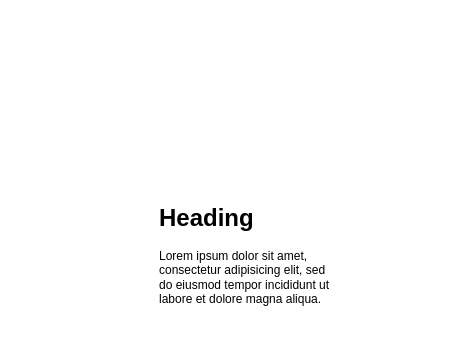
Earlier version of the draw.io diagram 未命名绘图.drawio (leiuniy/docs). Source tidied: cells renumbered, new cells numbered last; positions are measured from the earlier drawing's top-left corner, leaving out a move shared by most shapes. Both pictures are drawn from the tidied source at 100%, with x=0, y=0 at pixel (157, 197).
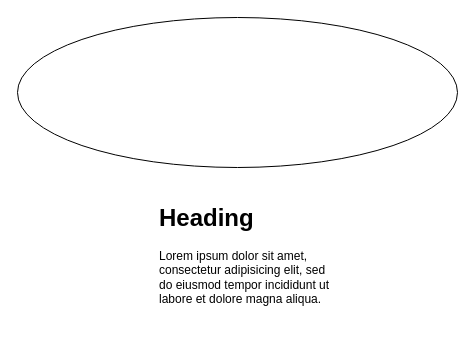
The same page after the edit.

Commit message:
已添加 未命名绘图.drawio

Change to the diagram source:
```diff
@@
 <mxGraphModel>
   <root>
     <mxCell id="0" />
     <mxCell id="1" parent="0" />
     <mxCell id="2" value="&lt;h1 style=&quot;margin-top: 0px;&quot;&gt;Heading&lt;/h1&gt;&lt;p&gt;Lorem ipsum dolor sit amet, consectetur adipisicing elit, sed do eiusmod tempor incididunt ut labore et dolore magna aliqua.&lt;/p&gt;" style="text;html=1;whiteSpace=wrap;overflow=hidden;rounded=0;" parent="1" vertex="1">
       <mxGeometry width="180" height="120" as="geometry" />
     </mxCell>
+    <mxCell id="3" style="ellipse;whiteSpace=wrap;html=1;" parent="1" vertex="1">
+      <mxGeometry x="-140" y="-180" width="440" height="150" as="geometry" />
+    </mxCell>
   </root>
 </mxGraphModel>
```
